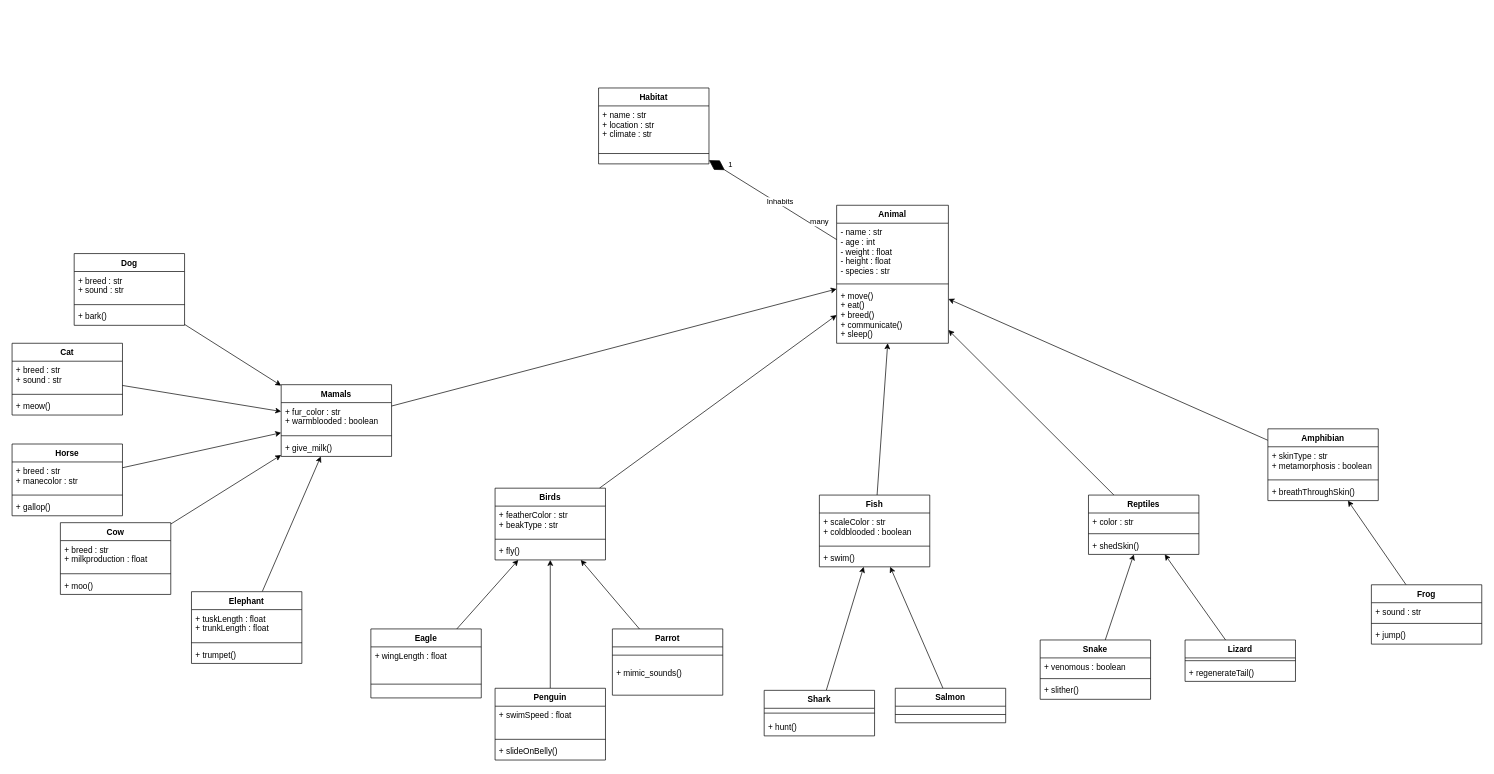
Above: Animal.drawio in Hossein-MJafari/exercise-1 (draw.io), before the change. Source tidied: cells renumbered, new cells numbered last; positions are measured from the earlier drawing's top-left corner, leaving out a move shared by most shapes. Both pictures are drawn from the tidied source at 69%, with x=0, y=0 at pixel (12, 88).
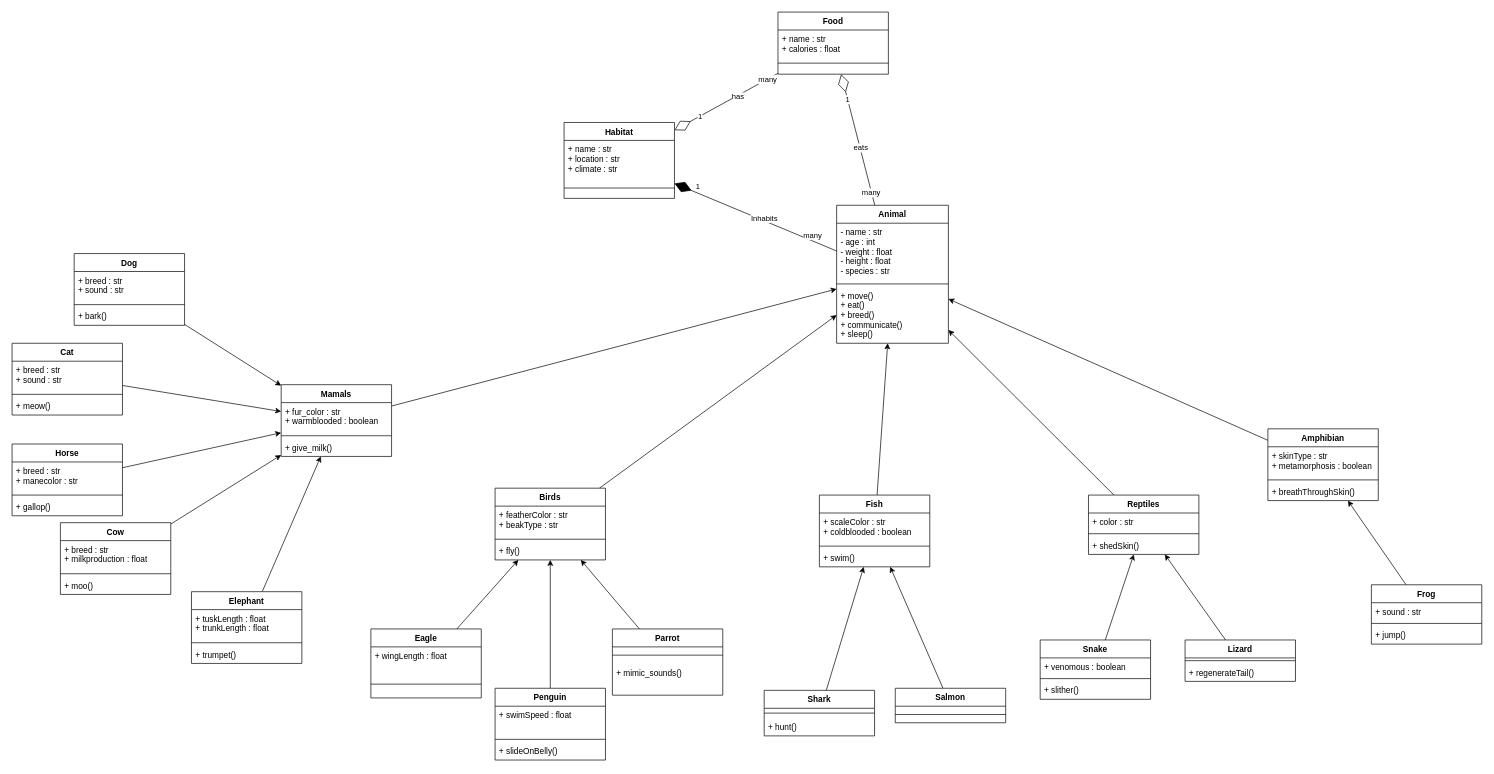
Above is the later version.

Commit message:
Added food class.

Unchanged cells that the change refers to:
```xml
<mxCell id="2" value="Animal" style="swimlane;fontStyle=1;align=center;verticalAlign=top;horizontal=1;startSize=26;" parent="1" vertex="1">
  <mxGeometry x="1195" y="170" width="162" height="200" as="geometry" />
</mxCell>
```

The edit, as a diff of the source:
```diff
@@
     <mxCell id="90" value="Habitat" style="swimlane;fontStyle=1;align=center;verticalAlign=top;horizontal=1;startSize=26;" parent="1" vertex="1">
-      <mxGeometry x="850" width="160" height="110" as="geometry" />
+      <mxGeometry x="800" y="50" width="160" height="110" as="geometry" />
     </mxCell>
@@
+    <mxCell id="97" value="Food" style="swimlane;fontStyle=1;align=center;verticalAlign=top;horizontal=1;startSize=26;" parent="1" vertex="1">
+      <mxGeometry x="1110" y="-110" width="160" height="90" as="geometry" />
+    </mxCell>
+    <mxCell id="98" value="+ name : str&#10;+ calories : float" style="text;strokeColor=none;fillColor=none;align=left;verticalAlign=top;spacingLeft=4;spacingRight=4;overflow=hidden;" parent="97" vertex="1">
+      <mxGeometry y="26" width="160" height="44" as="geometry" />
+    </mxCell>
+    <mxCell id="99" style="line;strokeWidth=1;fillColor=none;align=left;verticalAlign=middle;spacingTop=-1;spacingLeft=3;spacingRight=3;labelPosition=right;strokeColor=inherit;" parent="97" vertex="1">
+      <mxGeometry y="70" width="160" height="8" as="geometry" />
+    </mxCell>
+    <mxCell id="100" value=" " style="text;strokeColor=none;fillColor=none;align=left;verticalAlign=top;spacingLeft=4;spacingRight=4;overflow=hidden;" parent="97" vertex="1">
+      <mxGeometry y="78" width="160" height="12" as="geometry" />
+    </mxCell>
+    <mxCell id="101" style="endArrow=diamondThin;endFill=0;endSize=24;html=1;" parent="1" edge="1" source="2" target="97">
+      <mxGeometry relative="1" as="geometry" />
+    </mxCell>
+    <mxCell id="102" value="1" style="edgeLabel;html=1;align=center;verticalAlign=middle;" parent="101" vertex="1">
+      <mxGeometry x="0.63" relative="1" as="geometry">
+        <mxPoint y="1" as="offset" />
+      </mxGeometry>
+    </mxCell>
+    <mxCell id="103" value="eats" style="edgeLabel;html=1;align=center;verticalAlign=middle;" parent="101" vertex="1">
+      <mxGeometry x="-0.12" y="-1" relative="1" as="geometry" />
+    </mxCell>
+    <mxCell id="104" value="many" style="edgeLabel;html=1;align=center;verticalAlign=middle;" parent="101" vertex="1">
+      <mxGeometry x="-0.81" y="1" relative="1" as="geometry" />
+    </mxCell>
+    <mxCell id="105" style="endArrow=diamondThin;endFill=0;endSize=24;html=1;" parent="1" edge="1" source="97" target="90">
+      <mxGeometry relative="1" as="geometry" />
+    </mxCell>
+    <mxCell id="106" value="has" style="edgeLabel;html=1;align=center;verticalAlign=middle;" parent="105" vertex="1">
+      <mxGeometry x="-0.21" y="1" relative="1" as="geometry">
+        <mxPoint x="1" as="offset" />
+      </mxGeometry>
+    </mxCell>
+    <mxCell id="107" value="many" style="edgeLabel;html=1;align=center;verticalAlign=middle;" parent="105" vertex="1">
+      <mxGeometry x="-0.79" relative="1" as="geometry" />
+    </mxCell>
+    <mxCell id="108" value="1" style="edgeLabel;html=1;align=center;verticalAlign=middle;" parent="105" vertex="1">
+      <mxGeometry x="0.51" relative="1" as="geometry" />
+    </mxCell>
```
